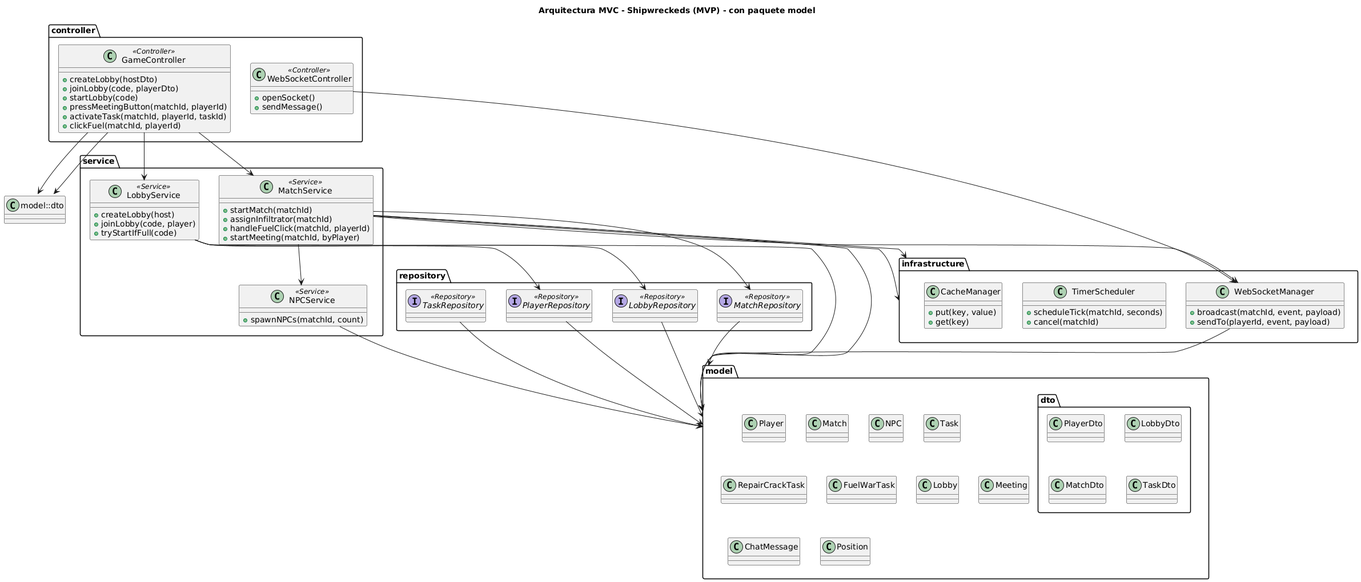
The PlantUML diagram src/img/Shipwreckeds paquetes.png in SergioBejarano/Shipwreckeds-Back, before a commit. Source of this version:
```plantuml
@startuml
title Arquitectura MVC - Shipwreckeds (MVP) - con paquete model

package "controller" {
  class GameController <<Controller>> {
    + createLobby(hostDto)
    + joinLobby(code, playerDto)
    + startLobby(code)
    + pressMeetingButton(matchId, playerId)
    + activateTask(matchId, playerId, taskId)
    + clickFuel(matchId, playerId)
  }
  class WebSocketController <<Controller>> {
    + openSocket()
    + sendMessage()
  }
}

package "service" {
  class LobbyService <<Service>> {
    + createLobby(host)
    + joinLobby(code, player)
    + tryStartIfFull(code)
  }
  class MatchService <<Service>> {
    + startMatch(matchId)
    + assignInfiltrator(matchId)
    + handleFuelClick(matchId, playerId)
    + startMeeting(matchId, byPlayer)
  }
  class NPCService <<Service>> {
    + spawnNPCs(matchId, count)
  }
}

package "repository" {
  interface LobbyRepository <<Repository>>
  interface MatchRepository <<Repository>>
  interface PlayerRepository <<Repository>>
  interface TaskRepository <<Repository>>
}

package "infrastructure" {
  class WebSocketManager {
    + broadcast(matchId, event, payload)
    + sendTo(playerId, event, payload)
  }
  class TimerScheduler {
    + scheduleTick(matchId, seconds)
    + cancel(matchId)
  }
  class CacheManager {
    + put(key, value)
    + get(key)
  }
}

package "model" {
  class Player
  class Match
  class NPC
  class Task
  class RepairCrackTask
  class FuelWarTask
  class Lobby
  class Meeting
  class ChatMessage
  class Position
  package "dto" {
    class PlayerDto
    class LobbyDto
    class MatchDto
    class TaskDto
  }
}

GameController --> LobbyService
GameController --> MatchService
WebSocketController --> WebSocketManager

LobbyService --> LobbyRepository
LobbyService --> PlayerRepository
MatchService --> MatchRepository
MatchService --> NPCService
MatchService --> WebSocketManager

LobbyService --> model::Lobby
MatchService --> model::Match
NPCService --> model::NPC
LobbyRepository --> model::Lobby
MatchRepository --> model::Match
PlayerRepository --> model::Player
TaskRepository --> model::Task

GameController --> model::dto::PlayerDto
GameController --> model::dto::LobbyDto

MatchService --> infrastructure::TimerScheduler
MatchService --> infrastructure::CacheManager
WebSocketManager --> model::Player
@enduml
```
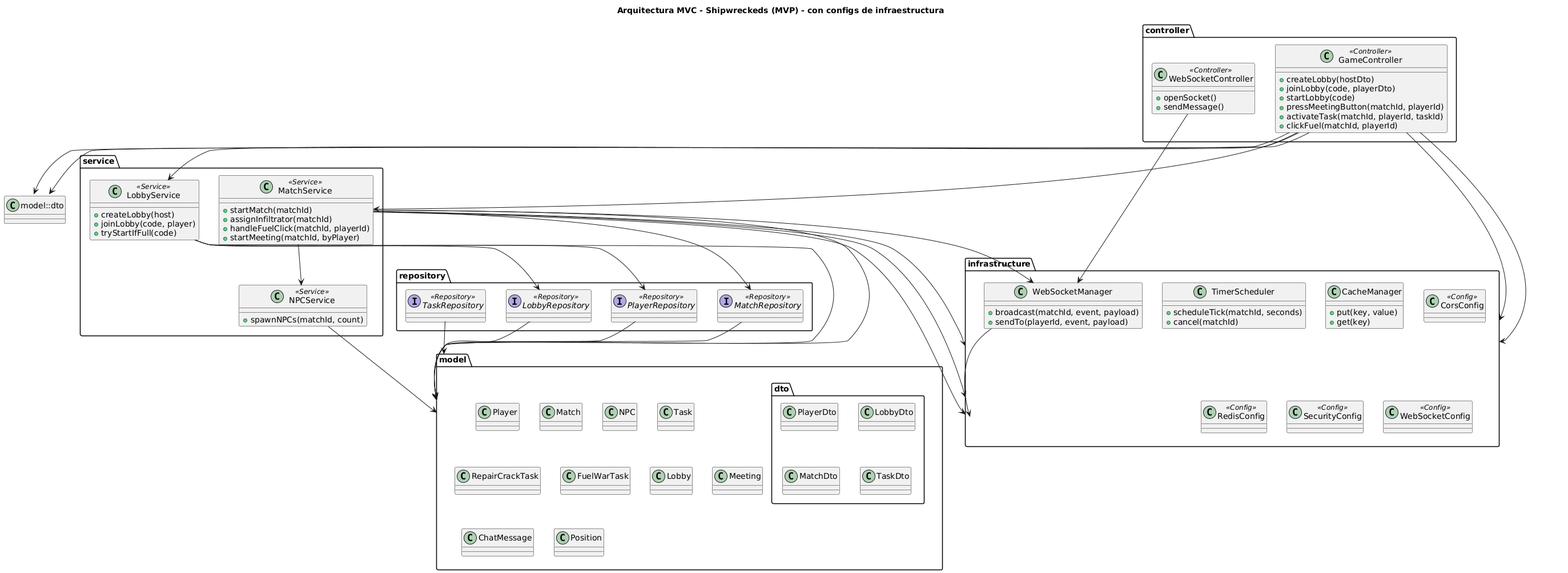
Later version of the same file.

Commit message:
corrección de diagrama de paquetes

Diff of the diagram source:
```diff
@@ -1,5 +1,5 @@
 @startuml
-title Arquitectura MVC - Shipwreckeds (MVP) - con paquete model
+title Arquitectura MVC - Shipwreckeds (MVP) - con configs de infraestructura
 
 package "controller" {
   class GameController <<Controller>> {
@@ -40,21 +40,6 @@
   interface TaskRepository <<Repository>>
 }
 
-package "infrastructure" {
-  class WebSocketManager {
-    + broadcast(matchId, event, payload)
-    + sendTo(playerId, event, payload)
-  }
-  class TimerScheduler {
-    + scheduleTick(matchId, seconds)
-    + cancel(matchId)
-  }
-  class CacheManager {
-    + put(key, value)
-    + get(key)
-  }
-}
-
 package "model" {
   class Player
   class Match
@@ -74,6 +59,26 @@
   }
 }
 
+package "infrastructure" {
+  class WebSocketManager {
+    + broadcast(matchId, event, payload)
+    + sendTo(playerId, event, payload)
+  }
+  class TimerScheduler {
+    + scheduleTick(matchId, seconds)
+    + cancel(matchId)
+  }
+  class CacheManager {
+    + put(key, value)
+    + get(key)
+  }
+
+  class CorsConfig <<Config>>
+  class RedisConfig <<Config>>
+  class SecurityConfig <<Config>>
+  class WebSocketConfig <<Config>>
+}
+
 GameController --> LobbyService
 GameController --> MatchService
 WebSocketController --> WebSocketManager
@@ -83,6 +88,8 @@
 MatchService --> MatchRepository
 MatchService --> NPCService
 MatchService --> WebSocketManager
+MatchService --> infrastructure::TimerScheduler
+MatchService --> infrastructure::CacheManager
 
 LobbyService --> model::Lobby
 MatchService --> model::Match
@@ -95,7 +102,8 @@
 GameController --> model::dto::PlayerDto
 GameController --> model::dto::LobbyDto
 
-MatchService --> infrastructure::TimerScheduler
-MatchService --> infrastructure::CacheManager
-WebSocketManager --> model::Player
+WebSocketManager --> infrastructure::WebSocketConfig
+GameController --> infrastructure::CorsConfig
+GameController --> infrastructure::SecurityConfig
+MatchService --> infrastructure::RedisConfig
 @enduml
```
